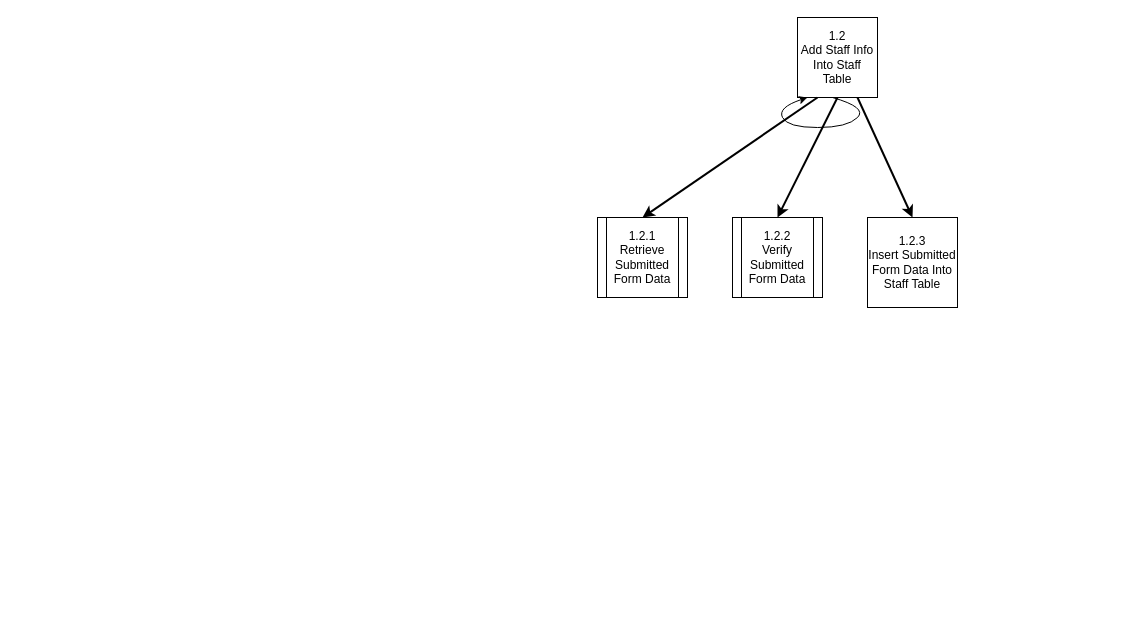
Before: page "1.2 Add Staff Info Into Staff Table" (2 of 2) of Diagrams/StructureCharts/Proc1CreateStaff.drawio in Harlento/SchedulingSystem, a draw.io diagram. Source tidied: cells renumbered, new cells numbered last; positions are measured from the earlier drawing's top-left corner, leaving out a move shared by most shapes. Both pictures are drawn from the tidied source at 100%, with x=0, y=0 at pixel (597, 17).
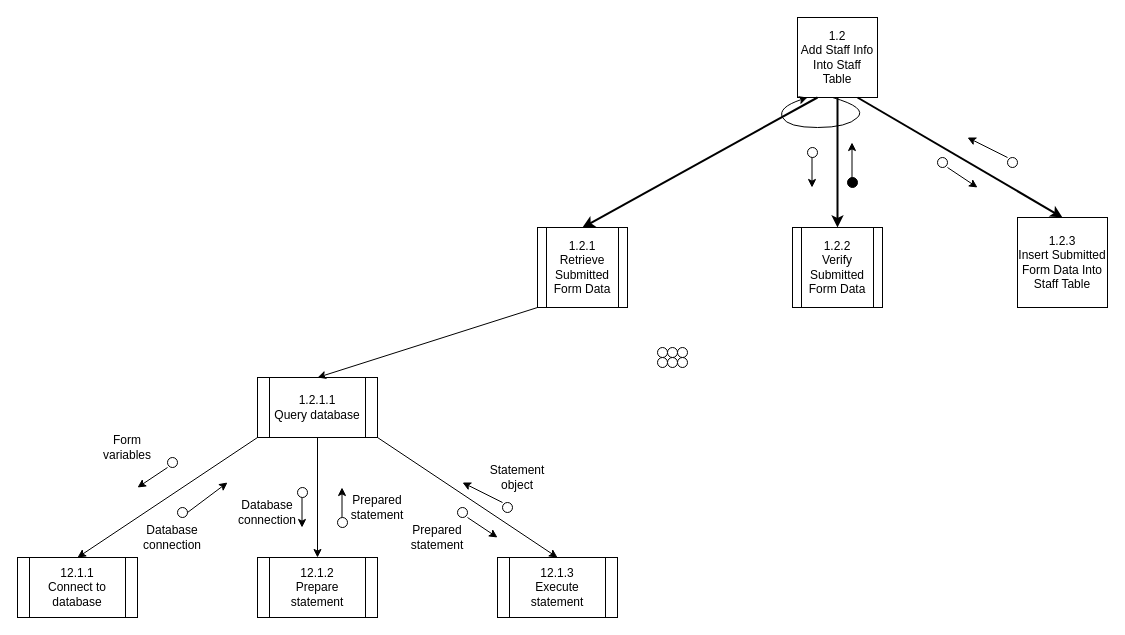
The same diagram, later.

What changed in the source:
```diff
@@
     <mxCell id="4" value="&lt;span style=&quot;white-space: normal&quot;&gt;1.2.1&lt;br&gt;&lt;/span&gt;Retrieve Submitted Form Data" style="shape=process;whiteSpace=wrap;html=1;backgroundOutline=1;" parent="1" vertex="1">
-      <mxGeometry y="200" width="90" height="80" as="geometry" />
+      <mxGeometry x="-60" y="210" width="90" height="80" as="geometry" />
     </mxCell>
     <mxCell id="5" value="&lt;span style=&quot;white-space: normal&quot;&gt;1.2.2&lt;br&gt;&lt;/span&gt;Verify Submitted Form Data" style="shape=process;whiteSpace=wrap;html=1;backgroundOutline=1;" parent="1" vertex="1">
-      <mxGeometry x="135" y="200" width="90" height="80" as="geometry" />
+      <mxGeometry x="195" y="210" width="90" height="80" as="geometry" />
     </mxCell>
@@
     <mxCell id="8" value="1.2.3&lt;br&gt;Insert Submitted Form Data Into Staff Table" style="whiteSpace=wrap;html=1;" parent="1" vertex="1">
-      <mxGeometry x="270" y="200" width="90" height="90" as="geometry" />
+      <mxGeometry x="420" y="200" width="90" height="90" as="geometry" />
     </mxCell>
@@
+    <mxCell id="10" style="endArrow=classic;html=1;" parent="1" edge="1">
+      <mxGeometry relative="1" as="geometry">
+        <mxPoint x="-430" y="450" as="sourcePoint" />
+        <mxPoint x="-460" y="470" as="targetPoint" />
+      </mxGeometry>
+    </mxCell>
+    <mxCell id="11" style="ellipse;whiteSpace=wrap;html=1;" parent="1" vertex="1">
+      <mxGeometry x="70" y="340" width="10" height="10" as="geometry" />
+    </mxCell>
+    <mxCell id="12" style="ellipse;whiteSpace=wrap;html=1;" parent="1" vertex="1">
+      <mxGeometry x="410" y="140" width="10" height="10" as="geometry" />
+    </mxCell>
+    <mxCell id="13" style="ellipse;whiteSpace=wrap;html=1;" parent="1" vertex="1">
+      <mxGeometry x="340" y="140" width="10" height="10" as="geometry" />
+    </mxCell>
+    <mxCell id="14" style="ellipse;whiteSpace=wrap;html=1;fillColor=#000000;" parent="1" vertex="1">
+      <mxGeometry x="250" y="160" width="10" height="10" as="geometry" />
+    </mxCell>
+    <mxCell id="15" style="ellipse;whiteSpace=wrap;html=1;" parent="1" vertex="1">
+      <mxGeometry x="210" y="130" width="10" height="10" as="geometry" />
+    </mxCell>
+    <mxCell id="16" style="ellipse;whiteSpace=wrap;html=1;" parent="1" vertex="1">
+      <mxGeometry x="-420" y="490" width="10" height="10" as="geometry" />
+    </mxCell>
+    <mxCell id="17" style="ellipse;whiteSpace=wrap;html=1;" parent="1" vertex="1">
+      <mxGeometry x="-430" y="440" width="10" height="10" as="geometry" />
+    </mxCell>
+    <mxCell id="18" style="endArrow=classic;html=1;" parent="1" edge="1">
+      <mxGeometry relative="1" as="geometry">
+        <mxPoint x="-410" y="495" as="sourcePoint" />
+        <mxPoint x="-370" y="465" as="targetPoint" />
+      </mxGeometry>
+    </mxCell>
+    <mxCell id="19" style="endArrow=classic;html=1;" parent="1" edge="1">
+      <mxGeometry relative="1" as="geometry">
+        <mxPoint x="214.5" y="140" as="sourcePoint" />
+        <mxPoint x="214.5" y="170" as="targetPoint" />
+      </mxGeometry>
+    </mxCell>
+    <mxCell id="20" style="endArrow=classic;html=1;" parent="1" edge="1">
+      <mxGeometry relative="1" as="geometry">
+        <mxPoint x="254.5" y="165" as="sourcePoint" />
+        <mxPoint x="254.5" y="125" as="targetPoint" />
+      </mxGeometry>
+    </mxCell>
+    <mxCell id="21" style="endArrow=classic;html=1;" parent="1" edge="1">
+      <mxGeometry relative="1" as="geometry">
+        <mxPoint x="350" y="150" as="sourcePoint" />
+        <mxPoint x="380" y="170" as="targetPoint" />
+      </mxGeometry>
+    </mxCell>
+    <mxCell id="22" style="endArrow=classic;html=1;" parent="1" edge="1">
+      <mxGeometry relative="1" as="geometry">
+        <mxPoint x="410" y="140" as="sourcePoint" />
+        <mxPoint x="370" y="120" as="targetPoint" />
+      </mxGeometry>
+    </mxCell>
+    <mxCell id="23" value="Form variables" style="text;html=1;strokeColor=none;fillColor=none;align=center;verticalAlign=middle;whiteSpace=wrap;rounded=0;" parent="1" vertex="1">
+      <mxGeometry x="-490" y="420" width="40" height="20" as="geometry" />
+    </mxCell>
+    <mxCell id="24" value="1.2.1.1&lt;br&gt;Query database" style="shape=process;whiteSpace=wrap;html=1;backgroundOutline=1;" parent="1" vertex="1">
+      <mxGeometry x="-340" y="360" width="120" height="60" as="geometry" />
+    </mxCell>
+    <mxCell id="25" value="12.1.1&lt;br&gt;Connect to database" style="shape=process;whiteSpace=wrap;html=1;backgroundOutline=1;" parent="1" vertex="1">
+      <mxGeometry x="-580" y="540" width="120" height="60" as="geometry" />
+    </mxCell>
+    <mxCell id="26" value="12.1.2&lt;br&gt;Prepare statement" style="shape=process;whiteSpace=wrap;html=1;backgroundOutline=1;" parent="1" vertex="1">
+      <mxGeometry x="-340" y="540" width="120" height="60" as="geometry" />
+    </mxCell>
+    <mxCell id="27" value="&lt;span style=&quot;white-space: normal&quot;&gt;12.1.3&lt;/span&gt;&lt;br style=&quot;white-space: normal&quot;&gt;&lt;span style=&quot;white-space: normal&quot;&gt;Execute statement&lt;/span&gt;" style="shape=process;whiteSpace=wrap;html=1;backgroundOutline=1;fillColor=#FFFFFF;" parent="1" vertex="1">
+      <mxGeometry x="-100" y="540" width="120" height="60" as="geometry" />
+    </mxCell>
+    <mxCell id="28" style="endArrow=classic;html=1;entryX=0.5;entryY=0;entryDx=0;entryDy=0;exitX=0;exitY=1;exitDx=0;exitDy=0;" parent="1" edge="1" source="4" target="24">
+      <mxGeometry relative="1" as="geometry" />
+    </mxCell>
+    <mxCell id="29" style="endArrow=classic;html=1;exitX=0;exitY=1;exitDx=0;exitDy=0;entryX=0.5;entryY=0;entryDx=0;entryDy=0;" parent="1" edge="1" source="24" target="25">
+      <mxGeometry relative="1" as="geometry" />
+    </mxCell>
+    <mxCell id="30" style="endArrow=classic;html=1;exitX=0.5;exitY=1;exitDx=0;exitDy=0;entryX=0.5;entryY=0;entryDx=0;entryDy=0;" parent="1" edge="1" source="24" target="26">
+      <mxGeometry relative="1" as="geometry" />
+    </mxCell>
+    <mxCell id="31" style="endArrow=classic;html=1;exitX=1;exitY=1;exitDx=0;exitDy=0;entryX=0.5;entryY=0;entryDx=0;entryDy=0;" parent="1" edge="1" source="24" target="27">
+      <mxGeometry relative="1" as="geometry" />
+    </mxCell>
+    <mxCell id="32" value="Database connection" style="text;html=1;strokeColor=none;fillColor=none;align=center;verticalAlign=middle;whiteSpace=wrap;rounded=0;" parent="1" vertex="1">
+      <mxGeometry x="-445" y="510" width="40" height="20" as="geometry" />
+    </mxCell>
+    <mxCell id="33" style="endArrow=classic;html=1;" parent="1" edge="1">
+      <mxGeometry relative="1" as="geometry">
+        <mxPoint x="-295.5" y="480" as="sourcePoint" />
+        <mxPoint x="-295.5" y="510" as="targetPoint" />
+      </mxGeometry>
+    </mxCell>
+    <mxCell id="34" style="ellipse;whiteSpace=wrap;html=1;" parent="1" vertex="1">
+      <mxGeometry x="80" y="340" width="10" height="10" as="geometry" />
+    </mxCell>
+    <mxCell id="35" style="ellipse;whiteSpace=wrap;html=1;" parent="1" vertex="1">
+      <mxGeometry x="80" y="330" width="10" height="10" as="geometry" />
+    </mxCell>
+    <mxCell id="36" style="ellipse;whiteSpace=wrap;html=1;" parent="1" vertex="1">
+      <mxGeometry x="70" y="330" width="10" height="10" as="geometry" />
+    </mxCell>
+    <mxCell id="37" style="ellipse;whiteSpace=wrap;html=1;" parent="1" vertex="1">
+      <mxGeometry x="60" y="330" width="10" height="10" as="geometry" />
+    </mxCell>
+    <mxCell id="38" style="ellipse;whiteSpace=wrap;html=1;" parent="1" vertex="1">
+      <mxGeometry x="60" y="340" width="10" height="10" as="geometry" />
+    </mxCell>
+    <mxCell id="39" style="ellipse;whiteSpace=wrap;html=1;" parent="1" vertex="1">
+      <mxGeometry x="-95" y="485" width="10" height="10" as="geometry" />
+    </mxCell>
+    <mxCell id="40" style="ellipse;whiteSpace=wrap;html=1;" parent="1" vertex="1">
+      <mxGeometry x="-140" y="490" width="10" height="10" as="geometry" />
+    </mxCell>
+    <mxCell id="41" style="ellipse;whiteSpace=wrap;html=1;direction=south;" parent="1" vertex="1">
+      <mxGeometry x="-260" y="500" width="10" height="10" as="geometry" />
+    </mxCell>
+    <mxCell id="42" style="ellipse;whiteSpace=wrap;html=1;" parent="1" vertex="1">
+      <mxGeometry x="-300" y="470" width="10" height="10" as="geometry" />
+    </mxCell>
+    <mxCell id="43" style="endArrow=classic;html=1;" parent="1" edge="1">
+      <mxGeometry relative="1" as="geometry">
+        <mxPoint x="-255.5" y="500" as="sourcePoint" />
+        <mxPoint x="-255.5" y="470" as="targetPoint" />
+      </mxGeometry>
+    </mxCell>
+    <mxCell id="44" value="Database connection" style="text;html=1;strokeColor=none;fillColor=none;align=center;verticalAlign=middle;whiteSpace=wrap;rounded=0;" parent="1" vertex="1">
+      <mxGeometry x="-350" y="485" width="40" height="20" as="geometry" />
+    </mxCell>
+    <mxCell id="45" value="Prepared statement" style="text;html=1;strokeColor=none;fillColor=none;align=center;verticalAlign=middle;whiteSpace=wrap;rounded=0;" parent="1" vertex="1">
+      <mxGeometry x="-240" y="480" width="40" height="20" as="geometry" />
+    </mxCell>
+    <mxCell id="46" style="endArrow=classic;html=1;" parent="1" edge="1">
+      <mxGeometry relative="1" as="geometry">
+        <mxPoint x="-130" y="500" as="sourcePoint" />
+        <mxPoint x="-100" y="520" as="targetPoint" />
+      </mxGeometry>
+    </mxCell>
+    <mxCell id="47" value="Prepared statement" style="text;html=1;strokeColor=none;fillColor=none;align=center;verticalAlign=middle;whiteSpace=wrap;rounded=0;" parent="1" vertex="1">
+      <mxGeometry x="-180" y="510" width="40" height="20" as="geometry" />
+    </mxCell>
+    <mxCell id="48" value="Statement object" style="text;html=1;strokeColor=none;fillColor=none;align=center;verticalAlign=middle;whiteSpace=wrap;rounded=0;" parent="1" vertex="1">
+      <mxGeometry x="-100" y="450" width="40" height="20" as="geometry" />
+    </mxCell>
+    <mxCell id="49" style="endArrow=classic;html=1;" parent="1" edge="1">
+      <mxGeometry relative="1" as="geometry">
+        <mxPoint x="-95" y="485" as="sourcePoint" />
+        <mxPoint x="-135" y="465" as="targetPoint" />
+      </mxGeometry>
+    </mxCell>
```
